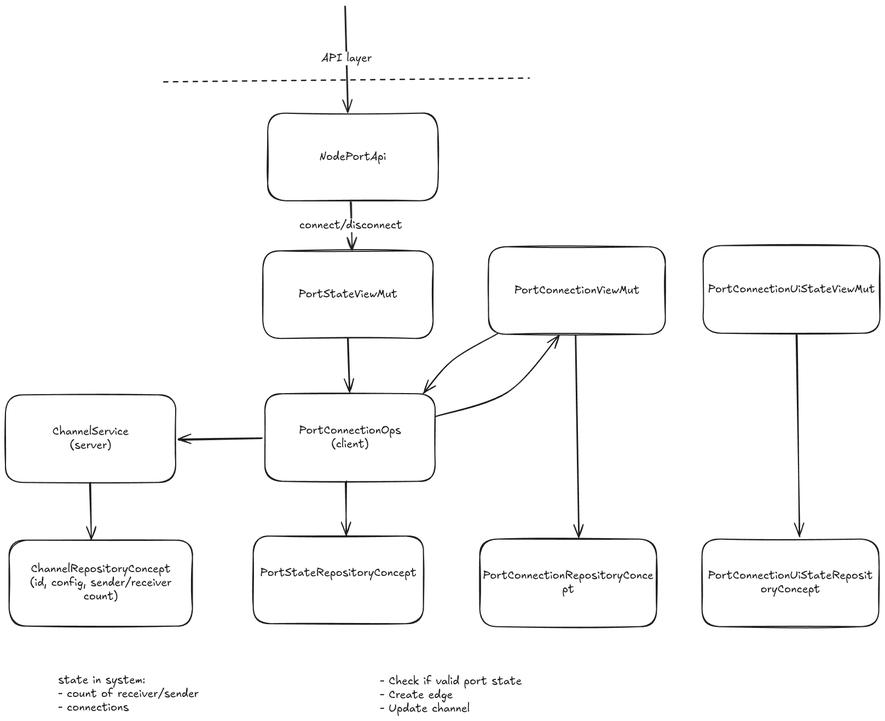
Earlier version of the Excalidraw export beetry-editor-backend/docs/channel_port_interop.excalidraw.png (skullim/beetry). Source tidied: one line per element, renumbered; positions are measured from the earlier drawing's top-left corner, leaving out a move shared by most shapes.
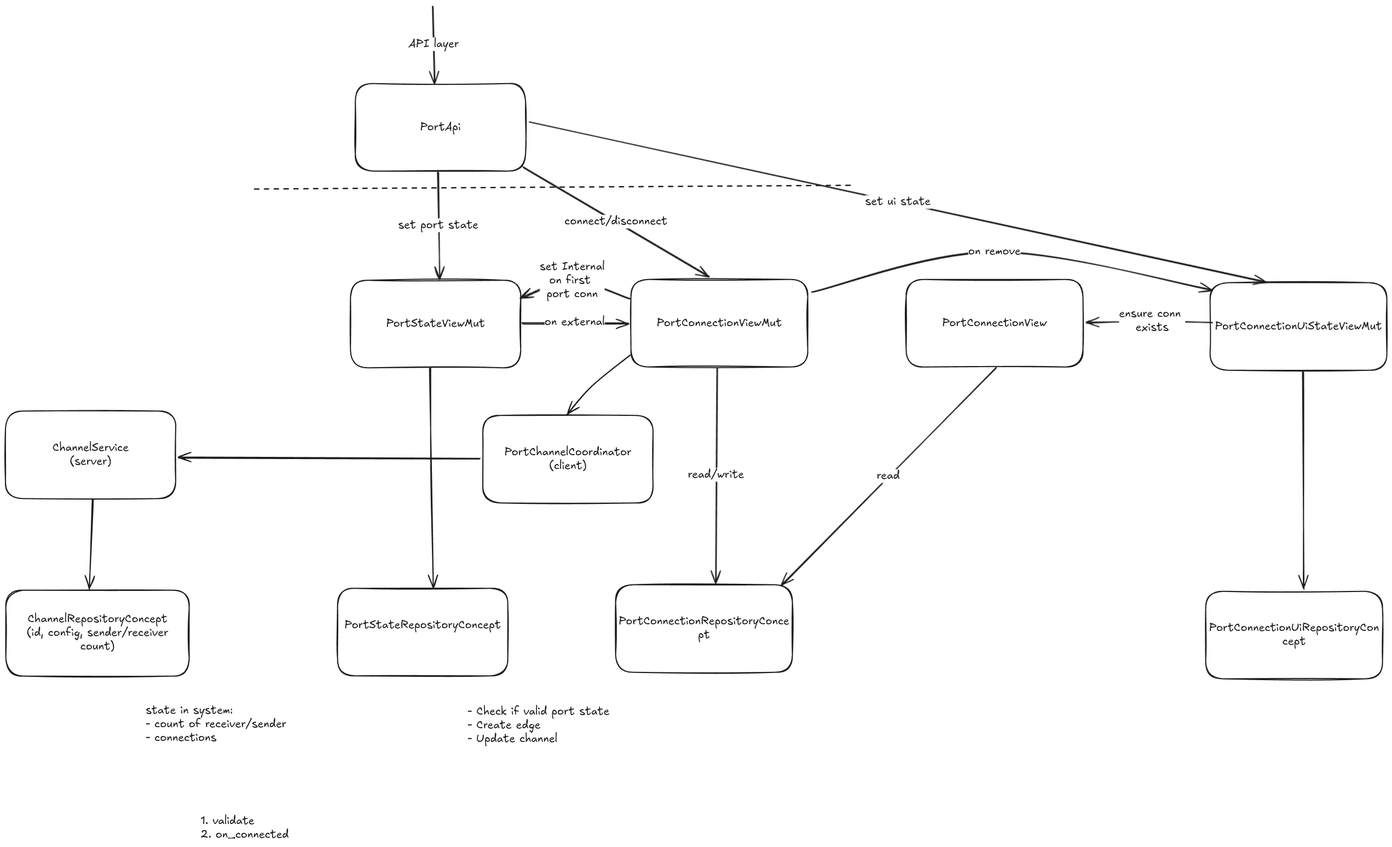
The same diagram one commit later.

Diff of the diagram source:
```diff
@@ -1,35 +1,51 @@
-{"id": 0, "type": "rectangle", "strokeColor": "#1e1e1e", "strokeWidth": 2, "roughness": 1, "round": true, "x": 479, "y": 196, "width": 311, "height": 160}
+{"id": 0, "type": "rectangle", "strokeColor": "#1e1e1e", "strokeWidth": 2, "roughness": 1, "round": true, "x": 479, "y": 86, "width": 311, "height": 160}
-{"id": 1, "type": "text", "text": "NodePortApi", "strokeColor": "#1e1e1e", "strokeWidth": 2, "roughness": 1, "fontSize": 20, "fontFamily": 5, "textAlign": "center", "verticalAlign": "middle", "inside": 0, "x": 574, "y": 264, "width": 122, "height": 25}
+{"id": 1, "type": "text", "text": "PortApi", "strokeColor": "#1e1e1e", "strokeWidth": 2, "roughness": 1, "fontSize": 20, "fontFamily": 5, "textAlign": "center", "verticalAlign": "middle", "inside": 0, "x": 597, "y": 154, "width": 74, "height": 25}
-{"id": 2, "type": "arrow", "strokeColor": "#1e1e1e", "strokeWidth": 2, "roughness": 1, "endArrowhead": "arrow", "round": true, "from": 0, "to": 4, "x": 630, "y": 357, "width": 2, "height": 88, "points": [[0, 0], [2, 88]]}
+{"id": 2, "type": "arrow", "strokeColor": "#1e1e1e", "strokeWidth": 2, "roughness": 1, "endArrowhead": "arrow", "round": true, "from": 0, "to": 4, "x": 629, "y": 247, "width": 3, "height": 196, "points": [[0, 0], [3, 196]]}
-{"id": 3, "type": "text", "text": "connect/disconnect", "strokeColor": "#1e1e1e", "strokeWidth": 2, "roughness": 1, "fontSize": 20, "fontFamily": 5, "textAlign": "center", "verticalAlign": "middle", "inside": 2, "x": 537, "y": 388, "width": 188, "height": 25}
+{"id": 3, "type": "text", "text": "set port state", "strokeColor": "#1e1e1e", "strokeWidth": 2, "roughness": 1, "fontSize": 20, "fontFamily": 5, "textAlign": "center", "verticalAlign": "middle", "inside": 2, "x": 558, "y": 388, "width": 147, "height": 25}
-{"id": 4, "type": "rectangle", "strokeColor": "#1e1e1e", "strokeWidth": 2, "roughness": 1, "round": true, "x": 470, "y": 448, "width": 311, "height": 160}
+{"id": 4, "type": "rectangle", "strokeColor": "#1e1e1e", "strokeWidth": 2, "roughness": 1, "round": true, "x": 470, "y": 446, "width": 311, "height": 160}
-{"id": 5, "type": "text", "text": "PortStateViewMut", "strokeColor": "#1e1e1e", "strokeWidth": 2, "roughness": 1, "fontSize": 20, "fontFamily": 5, "textAlign": "center", "verticalAlign": "middle", "inside": 4, "x": 535, "y": 515, "width": 181, "height": 25}
+{"id": 5, "type": "text", "text": "PortStateViewMut", "strokeColor": "#1e1e1e", "strokeWidth": 2, "roughness": 1, "fontSize": 20, "fontFamily": 5, "textAlign": "center", "verticalAlign": "middle", "inside": 4, "x": 535, "y": 513, "width": 181, "height": 25}
-{"id": 6, "type": "arrow", "strokeColor": "#1e1e1e", "strokeWidth": 2, "roughness": 1, "endArrowhead": "arrow", "round": true, "from": 4, "to": 7, "x": 626, "y": 608, "width": 3, "height": 97, "points": [[0, 0], [3, 97]]}
-{"id": 7, "type": "rectangle", "strokeColor": "#1e1e1e", "strokeWidth": 2, "roughness": 1, "round": true, "x": 474, "y": 709, "width": 311, "height": 160}
+{"id": 7, "type": "rectangle", "strokeColor": "#1e1e1e", "strokeWidth": 2, "roughness": 1, "round": true, "x": 712, "y": 693, "width": 311, "height": 160}
-{"id": 8, "type": "text", "text": "PortConnectionOps\n(client)", "strokeColor": "#1e1e1e", "strokeWidth": 2, "roughness": 1, "fontSize": 20, "fontFamily": 5, "textAlign": "center", "verticalAlign": "middle", "inside": 7, "x": 536, "y": 764, "width": 187, "height": 50}
+{"id": 8, "type": "text", "text": "PortChannelCoordinator\n(client)", "strokeColor": "#1e1e1e", "strokeWidth": 2, "roughness": 1, "fontSize": 20, "fontFamily": 5, "textAlign": "center", "verticalAlign": "middle", "inside": 7, "x": 751, "y": 748, "width": 232, "height": 50}
-{"id": 9, "type": "rectangle", "strokeColor": "#1e1e1e", "strokeWidth": 2, "roughness": 1, "round": true, "x": 0, "y": 711, "width": 311, "height": 160}
+{"id": 9, "type": "rectangle", "strokeColor": "#1e1e1e", "strokeWidth": 2, "roughness": 1, "round": true, "x": -160, "y": 685, "width": 311, "height": 160}
-{"id": 10, "type": "text", "text": "ChannelService\n(server)", "strokeColor": "#1e1e1e", "strokeWidth": 2, "roughness": 1, "fontSize": 20, "fontFamily": 5, "textAlign": "center", "verticalAlign": "middle", "inside": 9, "x": 86, "y": 766, "width": 139, "height": 50}
+{"id": 10, "type": "text", "text": "ChannelService\n(server)", "strokeColor": "#1e1e1e", "strokeWidth": 2, "roughness": 1, "fontSize": 20, "fontFamily": 5, "textAlign": "center", "verticalAlign": "middle", "inside": 9, "x": -74, "y": 740, "width": 139, "height": 50}
-{"id": 11, "type": "arrow", "strokeColor": "#1e1e1e", "strokeWidth": 2, "roughness": 1, "endArrowhead": "arrow", "round": true, "from": 7, "to": 9, "x": 469, "y": 791, "width": 152, "height": 2, "points": [[0, 0], [-152, 2]]}
+{"id": 11, "type": "arrow", "strokeColor": "#1e1e1e", "strokeWidth": 2, "roughness": 1, "endArrowhead": "arrow", "round": true, "from": 7, "to": 9, "x": 707, "y": 772, "width": 550, "height": 2, "points": [[0, 0], [-550, -2]]}
-{"id": 12, "type": "rectangle", "strokeColor": "#1e1e1e", "strokeWidth": 2, "roughness": 1, "round": true, "x": 453, "y": 969, "width": 311, "height": 160}
+{"id": 12, "type": "rectangle", "strokeColor": "#1e1e1e", "strokeWidth": 2, "roughness": 1, "round": true, "x": 447, "y": 1009, "width": 311, "height": 160}
-{"id": 13, "type": "text", "text": "PortStateRepositoryConcept\n", "strokeColor": "#1e1e1e", "strokeWidth": 2, "roughness": 1, "fontSize": 20, "fontFamily": 5, "textAlign": "center", "verticalAlign": "middle", "inside": 12, "x": 465, "y": 1024, "width": 286, "height": 50}
+{"id": 13, "type": "text", "text": "PortStateRepositoryConcept\n", "strokeColor": "#1e1e1e", "strokeWidth": 2, "roughness": 1, "fontSize": 20, "fontFamily": 5, "textAlign": "center", "verticalAlign": "middle", "inside": 12, "x": 459, "y": 1064, "width": 286, "height": 50}
-{"id": 14, "type": "arrow", "strokeColor": "#1e1e1e", "strokeWidth": 2, "roughness": 1, "endArrowhead": "arrow", "round": true, "from": 7, "to": 12, "x": 621, "y": 869, "width": 3, "height": 99, "points": [[0, 0], [3, 99]]}
+{"id": 14, "type": "arrow", "strokeColor": "#1e1e1e", "strokeWidth": 2, "roughness": 1, "endArrowhead": "arrow", "round": true, "from": 4, "to": 12, "x": 615, "y": 606, "width": 5, "height": 402, "points": [[0, 0], [4, 199], [5, 402]]}
-{"id": 15, "type": "arrow", "strokeColor": "#1e1e1e", "strokeWidth": 2, "roughness": 1, "endArrowhead": "arrow", "round": true, "from": 9, "x": 154, "y": 870, "width": 2, "height": 106, "points": [[0, 0], [2, 106]]}
+{"id": 15, "type": "arrow", "strokeColor": "#1e1e1e", "strokeWidth": 2, "roughness": 1, "endArrowhead": "arrow", "round": true, "from": 9, "to": 16, "x": -1, "y": 846, "width": 7, "height": 165, "points": [[0, 0], [-7, 165]]}
-{"id": 16, "type": "rectangle", "strokeColor": "#1e1e1e", "strokeWidth": 2, "roughness": 1, "round": true, "x": 7, "y": 976, "width": 335, "height": 157}
+{"id": 16, "type": "rectangle", "strokeColor": "#1e1e1e", "strokeWidth": 2, "roughness": 1, "round": true, "x": -159, "y": 1012, "width": 335, "height": 157}
-{"id": 17, "type": "text", "text": "ChannelRepositoryConcept\n(id, config, sender/receiver\ncount)", "strokeColor": "#1e1e1e", "strokeWidth": 2, "roughness": 1, "fontSize": 20, "fontFamily": 5, "textAlign": "center", "verticalAlign": "middle", "inside": 16, "x": 45, "y": 1017, "width": 259, "height": 75}
+{"id": 17, "type": "text", "text": "ChannelRepositoryConcept\n(id, config, sender/receiver\ncount)", "strokeColor": "#1e1e1e", "strokeWidth": 2, "roughness": 1, "fontSize": 20, "fontFamily": 5, "textAlign": "center", "verticalAlign": "middle", "inside": 16, "x": -121, "y": 1053, "width": 259, "height": 75}
-{"id": 18, "type": "arrow", "strokeColor": "#1e1e1e", "strokeWidth": 2, "roughness": 1, "endArrowhead": "arrow", "round": true, "to": 0, "x": 620, "y": 0, "width": 6, "height": 192, "points": [[0, 0], [6, 192]]}
+{"id": 18, "type": "arrow", "strokeColor": "#1e1e1e", "strokeWidth": 2, "roughness": 1, "endArrowhead": "arrow", "round": true, "to": 0, "x": 620, "y": -56, "width": 4, "height": 140, "points": [[0, 0], [4, 140]]}
 {"id": 19, "type": "text", "text": "API layer", "strokeColor": "#1e1e1e", "strokeWidth": 2, "strokeStyle": "dashed", "roughness": 1, "fontSize": 20, "fontFamily": 5, "textAlign": "center", "verticalAlign": "middle", "inside": 18, "x": 577, "y": 84, "width": 92, "height": 25}
-{"id": 20, "type": "line", "strokeColor": "#1e1e1e", "strokeWidth": 2, "strokeStyle": "dashed", "roughness": 1, "round": true, "x": 288, "y": 140, "width": 670, "height": 8, "points": [[0, 0], [670, -8]]}
+{"id": 20, "type": "line", "strokeColor": "#1e1e1e", "strokeWidth": 2, "strokeStyle": "dashed", "roughness": 1, "round": true, "x": 294, "y": 280, "width": 1096, "height": 8, "points": [[0, 0], [1096, -8]]}
 {"id": 21, "type": "text", "text": "state in system:\n- count of receiver/sender\n- connections", "strokeColor": "#1e1e1e", "strokeWidth": 2, "strokeStyle": "dashed", "roughness": 1, "fontSize": 20, "fontFamily": 5, "x": 96, "y": 1220, "width": 257, "height": 75}
-{"id": 22, "type": "rectangle", "strokeColor": "#1e1e1e", "strokeWidth": 2, "roughness": 1, "round": true, "x": 867, "y": 974, "width": 323, "height": 160}
+{"id": 22, "type": "rectangle", "strokeColor": "#1e1e1e", "strokeWidth": 2, "roughness": 1, "round": true, "x": 955, "y": 1002, "width": 323, "height": 160}
-{"id": 23, "type": "text", "text": "PortConnectionRepositoryConce\npt", "strokeColor": "#1e1e1e", "strokeWidth": 2, "roughness": 1, "fontSize": 20, "fontFamily": 5, "textAlign": "center", "verticalAlign": "middle", "inside": 22, "x": 872, "y": 1029, "width": 312, "height": 50}
+{"id": 23, "type": "text", "text": "PortConnectionRepositoryConce\npt", "strokeColor": "#1e1e1e", "strokeWidth": 2, "roughness": 1, "fontSize": 20, "fontFamily": 5, "textAlign": "center", "verticalAlign": "middle", "inside": 22, "x": 960, "y": 1057, "width": 312, "height": 50}
-{"id": 24, "type": "rectangle", "strokeColor": "#1e1e1e", "strokeWidth": 2, "roughness": 1, "round": true, "x": 1273, "y": 974, "width": 323, "height": 160}
+{"id": 24, "type": "rectangle", "strokeColor": "#1e1e1e", "strokeWidth": 2, "roughness": 1, "round": true, "x": 2033, "y": 1014, "width": 323, "height": 160}
-{"id": 25, "type": "text", "text": "PortConnectionUiStateReposit\noryConcept", "strokeColor": "#1e1e1e", "strokeWidth": 2, "roughness": 1, "fontSize": 20, "fontFamily": 5, "textAlign": "center", "verticalAlign": "middle", "inside": 24, "x": 1283, "y": 1029, "width": 301, "height": 50}
+{"id": 25, "type": "text", "text": "PortConnectionUiRepositoryCon\ncept", "strokeColor": "#1e1e1e", "strokeWidth": 2, "roughness": 1, "fontSize": 20, "fontFamily": 5, "textAlign": "center", "verticalAlign": "middle", "inside": 24, "x": 2039, "y": 1069, "width": 311, "height": 50}
-{"id": 26, "type": "rectangle", "strokeColor": "#1e1e1e", "strokeWidth": 2, "roughness": 1, "round": true, "x": 1275, "y": 438, "width": 323, "height": 160}
+{"id": 26, "type": "rectangle", "strokeColor": "#1e1e1e", "strokeWidth": 2, "roughness": 1, "round": true, "x": 2041, "y": 450, "width": 323, "height": 160}
-{"id": 27, "type": "text", "text": "PortConnectionUiStateViewMut", "strokeColor": "#1e1e1e", "strokeWidth": 2, "roughness": 1, "fontSize": 20, "fontFamily": 5, "textAlign": "center", "verticalAlign": "middle", "inside": 26, "x": 1284, "y": 506, "width": 305, "height": 25}
+{"id": 27, "type": "text", "text": "PortConnectionUiStateViewMut", "strokeColor": "#1e1e1e", "strokeWidth": 2, "roughness": 1, "fontSize": 20, "fontFamily": 5, "textAlign": "center", "verticalAlign": "middle", "inside": 26, "x": 2050, "y": 518, "width": 305, "height": 25}
-{"id": 28, "type": "rectangle", "strokeColor": "#1e1e1e", "strokeWidth": 2, "roughness": 1, "round": true, "x": 883, "y": 440, "width": 323, "height": 160}
+{"id": 28, "type": "rectangle", "strokeColor": "#1e1e1e", "strokeWidth": 2, "roughness": 1, "round": true, "x": 983, "y": 444, "width": 323, "height": 160}
-{"id": 29, "type": "text", "text": "PortConnectionViewMut", "strokeColor": "#1e1e1e", "strokeWidth": 2, "roughness": 1, "fontSize": 20, "fontFamily": 5, "textAlign": "center", "verticalAlign": "middle", "inside": 28, "x": 930, "y": 508, "width": 229, "height": 25}
+{"id": 29, "type": "text", "text": "PortConnectionViewMut", "strokeColor": "#1e1e1e", "strokeWidth": 2, "roughness": 1, "fontSize": 20, "fontFamily": 5, "textAlign": "center", "verticalAlign": "middle", "inside": 28, "x": 1030, "y": 512, "width": 229, "height": 25}
 {"id": 30, "type": "text", "text": "- Check if valid port state\n- Create edge\n- Update channel", "strokeColor": "#1e1e1e", "strokeWidth": 2, "strokeStyle": "dashed", "roughness": 1, "fontSize": 20, "fontFamily": 5, "x": 684, "y": 1222, "width": 259, "height": 75}
-{"id": 31, "type": "arrow", "strokeColor": "#1e1e1e", "strokeWidth": 2, "roughness": 1, "endArrowhead": "arrow", "round": true, "from": 28, "to": 7, "x": 898, "y": 600, "width": 134, "height": 109, "points": [[0, 0], [-81, 48], [-134, 109]]}
+{"id": 31, "type": "arrow", "strokeColor": "#1e1e1e", "strokeWidth": 2, "roughness": 1, "endArrowhead": "arrow", "round": true, "from": 28, "to": 7, "x": 980, "y": 583, "width": 115, "height": 109, "points": [[0, 0], [-70, 57], [-115, 109]]}
-{"id": 32, "type": "arrow", "strokeColor": "#1e1e1e", "strokeWidth": 2, "roughness": 1, "endArrowhead": "arrow", "round": true, "from": 7, "to": 28, "x": 786, "y": 750, "width": 226, "height": 149, "points": [[0, 0], [132, -44], [226, -149]]}
-{"id": 33, "type": "arrow", "strokeColor": "#1e1e1e", "strokeWidth": 2, "roughness": 1, "endArrowhead": "arrow", "round": true, "from": 28, "to": 22, "x": 1041, "y": 601, "width": 7, "height": 368, "points": [[0, 0], [7, 368]]}
+{"id": 33, "type": "arrow", "strokeColor": "#1e1e1e", "strokeWidth": 2, "roughness": 1, "endArrowhead": "arrow", "round": true, "from": 28, "to": 22, "x": 1139, "y": 605, "width": 2, "height": 392, "points": [[0, 0], [-2, 392]]}
+{"id": 35, "type": "text", "text": "read/write", "strokeColor": "#1e1e1e", "strokeWidth": 2, "roughness": 1, "fontSize": 20, "fontFamily": 5, "textAlign": "center", "verticalAlign": "middle", "inside": 33, "x": 1087, "y": 789, "width": 103, "height": 25}
-{"id": 34, "type": "arrow", "strokeColor": "#1e1e1e", "strokeWidth": 2, "roughness": 1, "endArrowhead": "arrow", "round": true, "from": 26, "to": 24, "x": 1445, "y": 600, "width": 6, "height": 370, "points": [[0, 0], [6, 370]]}
+{"id": 34, "type": "arrow", "strokeColor": "#1e1e1e", "strokeWidth": 2, "roughness": 1, "endArrowhead": "arrow", "round": true, "from": 26, "to": 24, "x": 2210, "y": 612, "width": 2, "height": 398, "points": [[0, 0], [2, 398]]}
+{"id": 36, "type": "text", "text": "1. validate\n2. on_connected", "strokeColor": "#1e1e1e", "strokeWidth": 2, "roughness": 1, "fontSize": 20, "fontFamily": 5, "x": 196, "y": 1421, "width": 161, "height": 50}
+{"id": 37, "type": "arrow", "strokeColor": "#1e1e1e", "strokeWidth": 2, "roughness": 1, "endArrowhead": "arrow", "round": true, "from": 0, "to": 28, "x": 785, "y": 238, "width": 340, "height": 201, "points": [[0, 0], [340, 201]]}
+{"id": 38, "type": "text", "text": "connect/disconnect", "strokeColor": "#1e1e1e", "strokeWidth": 2, "strokeStyle": "dashed", "roughness": 1, "fontSize": 20, "fontFamily": 5, "textAlign": "center", "verticalAlign": "middle", "inside": 37, "x": 741, "y": 382, "width": 188, "height": 25}
+{"id": 39, "type": "arrow", "strokeColor": "#1e1e1e", "strokeWidth": 2, "roughness": 1, "endArrowhead": "arrow", "round": true, "from": 0, "to": 26, "x": 797, "y": 156, "width": 1347, "height": 294, "points": [[0, 0], [1347, 294]]}
+{"id": 40, "type": "text", "text": "set ui state", "strokeColor": "#1e1e1e", "strokeWidth": 2, "strokeStyle": "dashed", "roughness": 1, "fontSize": 20, "fontFamily": 5, "textAlign": "center", "verticalAlign": "middle", "inside": 39, "x": 1089, "y": 338, "width": 120, "height": 25}
+{"id": 41, "type": "arrow", "strokeColor": "#1e1e1e", "strokeWidth": 2, "roughness": 1, "endArrowhead": "arrow", "round": true, "from": 4, "to": 28, "x": 783, "y": 523, "width": 195, "height": 0, "points": [[0, 0], [195, 0]]}
+{"id": 42, "type": "text", "text": "on external", "strokeColor": "#1e1e1e", "strokeWidth": 2, "roughness": 1, "fontSize": 20, "fontFamily": 5, "textAlign": "center", "verticalAlign": "middle", "inside": 41, "x": 773, "y": 509, "width": 110, "height": 25}
+{"id": 43, "type": "arrow", "strokeColor": "#1e1e1e", "strokeWidth": 2, "roughness": 1, "endArrowhead": "arrow", "round": true, "from": 28, "to": 26, "x": 1313, "y": 466, "width": 730, "height": 73, "points": [[0, 0], [334, -73], [730, -4]]}
+{"id": 44, "type": "text", "text": "on remove", "strokeColor": "#1e1e1e", "strokeWidth": 2, "roughness": 1, "fontSize": 20, "fontFamily": 5, "textAlign": "center", "verticalAlign": "middle", "inside": 43, "x": 1248, "y": 500, "width": 96, "height": 25}
+{"id": 45, "type": "arrow", "strokeColor": "#1e1e1e", "strokeWidth": 2, "roughness": 1, "endArrowhead": "arrow", "round": true, "from": 26, "to": 47, "x": 2045, "y": 521, "width": 231, "height": 3, "points": [[0, 0], [-110, -2], [-231, 1]]}
+{"id": 46, "type": "text", "text": "ensure conn \nexists", "strokeColor": "#1e1e1e", "strokeWidth": 2, "roughness": 1, "fontSize": 20, "fontFamily": 5, "textAlign": "center", "verticalAlign": "middle", "inside": 45, "x": 1329, "y": 406, "width": 121, "height": 50}
+{"id": 47, "type": "rectangle", "strokeColor": "#1e1e1e", "strokeWidth": 2, "roughness": 1, "round": true, "x": 1485, "y": 444, "width": 323, "height": 160}
+{"id": 48, "type": "text", "text": "PortConnectionView", "strokeColor": "#1e1e1e", "strokeWidth": 2, "roughness": 1, "fontSize": 20, "fontFamily": 5, "textAlign": "center", "verticalAlign": "middle", "inside": 47, "x": 1551, "y": 512, "width": 191, "height": 25}
+{"id": 49, "type": "arrow", "strokeColor": "#1e1e1e", "strokeWidth": 2, "roughness": 1, "endArrowhead": "arrow", "round": true, "from": 47, "to": 22, "x": 1649, "y": 605, "width": 393, "height": 398, "points": [[0, 0], [-393, 398]]}
+{"id": 50, "type": "text", "text": "read", "strokeColor": "#1e1e1e", "strokeWidth": 2, "roughness": 1, "fontSize": 20, "fontFamily": 5, "textAlign": "center", "verticalAlign": "middle", "inside": 49, "x": 1430, "y": 796, "width": 42, "height": 25}
+{"id": 51, "type": "arrow", "strokeColor": "#1e1e1e", "strokeWidth": 2, "roughness": 1, "endArrowhead": "arrow", "round": true, "from": 28, "to": 4, "x": 981, "y": 478, "width": 201, "height": 31, "points": [[0, 0], [-106, -31], [-201, 0]]}
+{"id": 52, "type": "text", "text": "set Internal\non first \nport conn", "strokeColor": "#1e1e1e", "strokeWidth": 2, "roughness": 1, "fontSize": 20, "fontFamily": 5, "textAlign": "center", "verticalAlign": "middle", "inside": 51, "x": 816, "y": 409, "width": 119, "height": 75}
```
